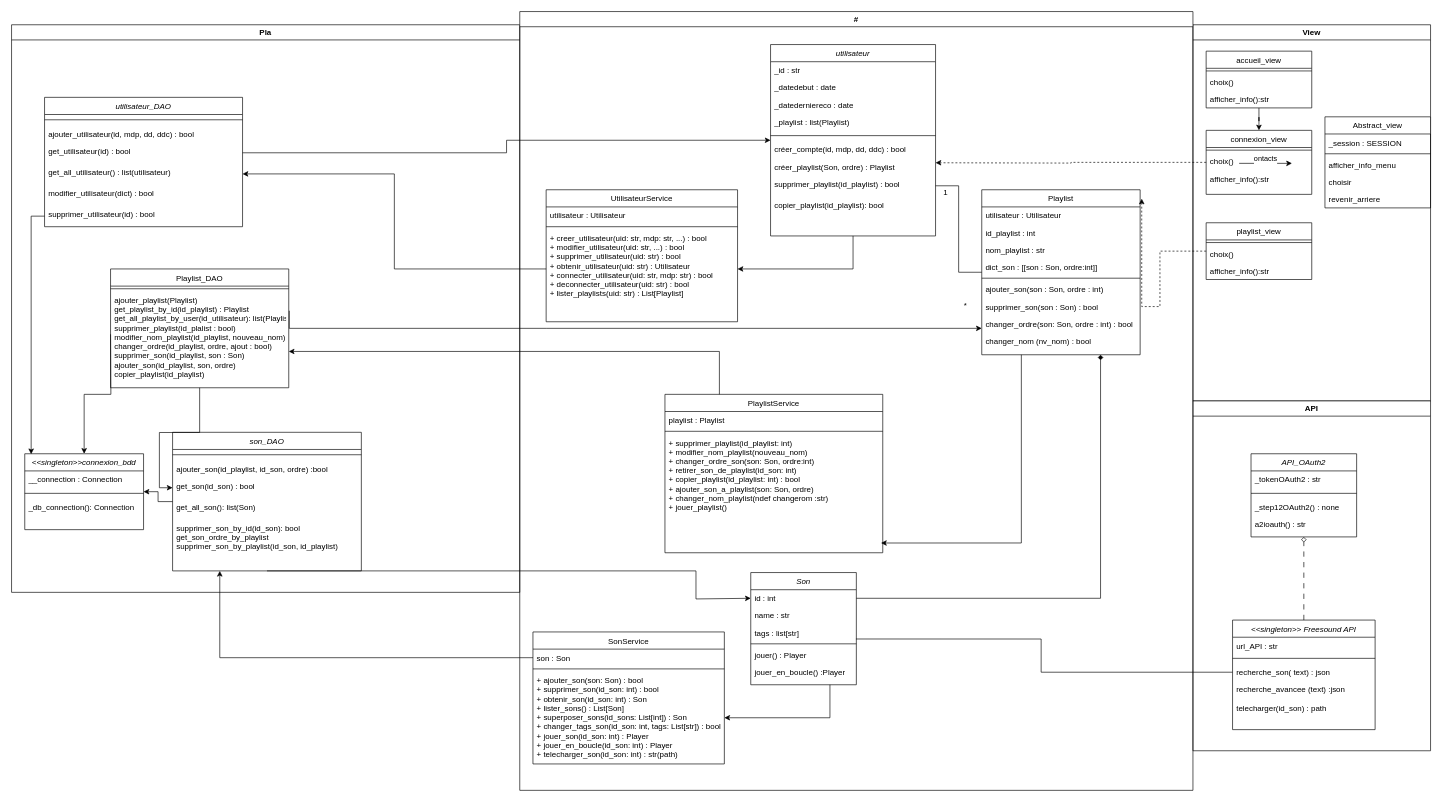
PepitoTSO/Projet-INFO-ENSAI-2A-Gr14 keeps this draw.io diagram as doc/modelisation/Le_diag_classe.drawio. Above is the earlier version. Source tidied: cells renumbered, new cells numbered last; positions are measured from the earlier drawing's top-left corner, leaving out a move shared by most shapes. Both pictures are drawn from the tidied source at 66%, with x=0, y=0 at pixel (11, 11).
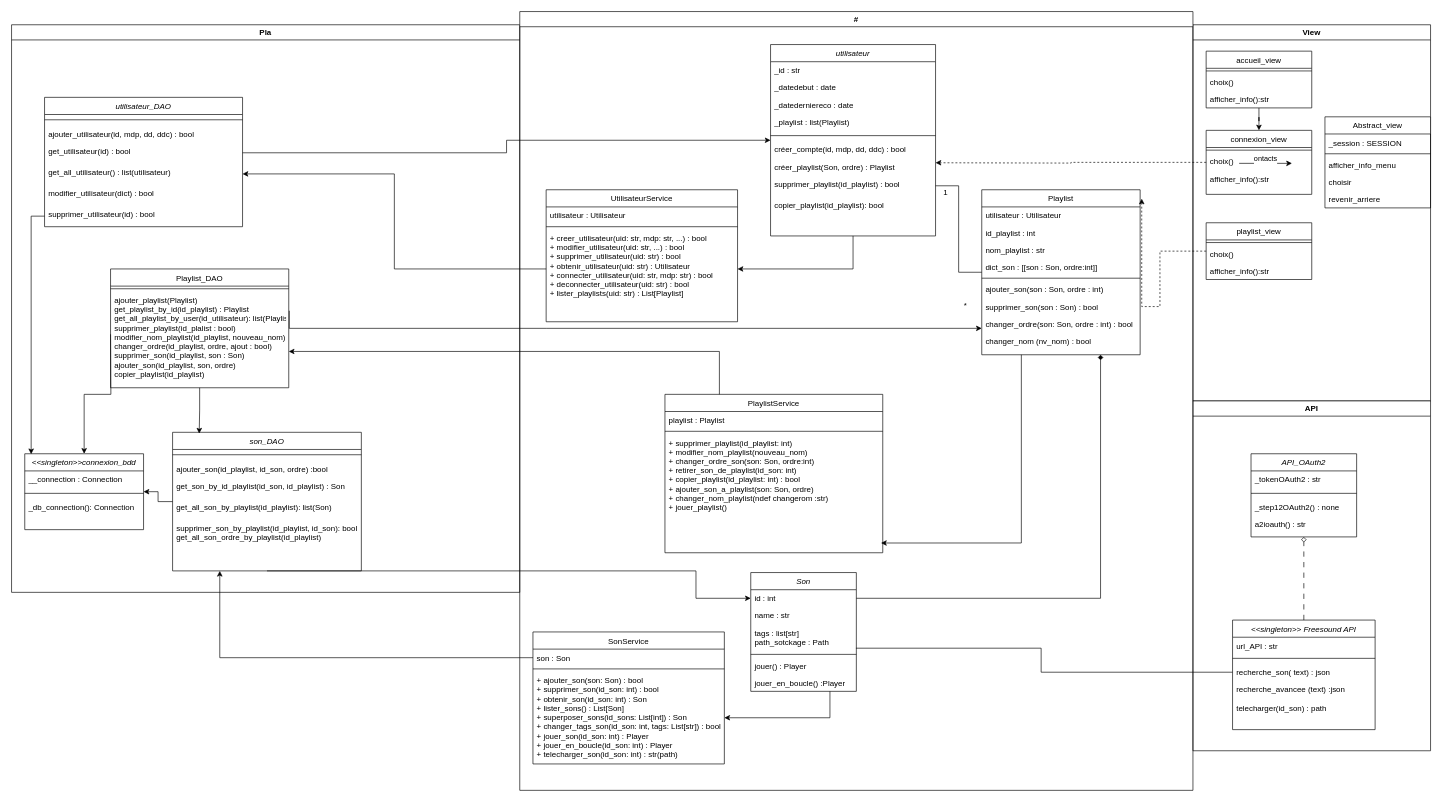
The same diagram, later.

The change refers to these unchanged cells:
```xml
<mxCell id="35" value="Pla" style="swimlane;whiteSpace=wrap;html=1;" parent="1" vertex="1">
  <mxGeometry y="20" width="770" height="860" as="geometry" />
</mxCell>
<mxCell id="48" value="son_DAO" style="swimlane;fontStyle=2;align=center;verticalAlign=top;horizontal=1;startSize=26;rounded=0;shadow=0;strokeWidth=1;" parent="35" vertex="1">
  <mxGeometry x="244" y="617.5" width="286" height="210" as="geometry" />
</mxCell>
<mxCell id="55" value="Playlist_DAO" style="swimlane;fontStyle=0;align=center;verticalAlign=top;horizontal=1;startSize=26;rounded=0;shadow=0;strokeWidth=1;" parent="35" vertex="1">
  <mxGeometry x="150" y="370" width="270" height="180" as="geometry" />
</mxCell>
<mxCell id="60" value="#" style="swimlane;whiteSpace=wrap;html=1;" parent="1" vertex="1">
  <mxGeometry x="770" width="1020" height="1180" as="geometry" />
</mxCell>
<mxCell id="62" value="id : int" style="text;align=left;verticalAlign=top;spacingLeft=4;spacingRight=4;overflow=hidden;points=[[0,0.5],[1,0.5]];portConstraint=eastwest;rounded=0;shadow=0;html=0;" parent="61" vertex="1">
  <mxGeometry y="26" width="160" height="26" as="geometry" />
</mxCell>
```

What changed in the source:
```diff
@@
-    <mxCell id="51" value="get_son(id_son) : bool" style="text;align=left;verticalAlign=top;spacingLeft=4;spacingRight=4;overflow=hidden;points=[[0,0.5],[1,0.5]];portConstraint=eastwest;" parent="48" vertex="1">
+    <mxCell id="51" value="get_son_by_id_playlist(id_son, id_playlist) : Son" style="text;align=left;verticalAlign=top;spacingLeft=4;spacingRight=4;overflow=hidden;points=[[0,0.5],[1,0.5]];portConstraint=eastwest;" parent="48" vertex="1">
       <mxGeometry y="68" width="286" height="32" as="geometry" />
     </mxCell>
-    <mxCell id="52" value="get_all_son(): list(Son)" style="text;align=left;verticalAlign=top;spacingLeft=4;spacingRight=4;overflow=hidden;" parent="48" vertex="1">
+    <mxCell id="52" value="get_all_son_by_playlist(id_playlist): list(Son)" style="text;align=left;verticalAlign=top;spacingLeft=4;spacingRight=4;overflow=hidden;" parent="48" vertex="1">
       <mxGeometry y="100" width="286" height="32" as="geometry" />
     </mxCell>
-    <mxCell id="53" value="supprimer_son_by_id(id_son): bool&#10;get_son_ordre_by_playlist&#10;supprimer_son_by_playlist(id_son, id_playlist)" style="text;align=left;verticalAlign=top;spacingLeft=4;spacingRight=4;overflow=hidden;" parent="48" vertex="1">
+    <mxCell id="53" value="supprimer_son_by_playlist(id_playlist, id_son): bool&#10;get_all_son_ordre_by_playlist(id_playlist)" style="text;align=left;verticalAlign=top;spacingLeft=4;spacingRight=4;overflow=hidden;" parent="48" vertex="1">
       <mxGeometry y="132" width="286" height="78" as="geometry" />
     </mxCell>
-    <mxCell id="54" style="edgeStyle=orthogonalEdgeStyle;rounded=0;jettySize=auto;html=1;" parent="35" edge="1" source="55" target="51">
+    <mxCell id="54" style="edgeStyle=orthogonalEdgeStyle;rounded=0;jettySize=auto;html=1;entryX=0.141;entryY=0.009;entryDx=0;entryDy=0;entryPerimeter=0;" parent="35" edge="1" source="55" target="48">
       <mxGeometry relative="1" as="geometry" />
     </mxCell>
@@
     <mxCell id="61" value="Son" style="swimlane;fontStyle=2;align=center;verticalAlign=top;horizontal=1;startSize=26;rounded=0;shadow=0;strokeWidth=1;" parent="60" vertex="1">
-      <mxGeometry x="350" y="850" width="160" height="170" as="geometry" />
+      <mxGeometry x="350" y="850" width="160" height="180" as="geometry" />
     </mxCell>
@@
-    <mxCell id="64" value="tags : list[str]" style="text;align=left;verticalAlign=top;spacingLeft=4;spacingRight=4;overflow=hidden;points=[[0,0.5],[1,0.5]];portConstraint=eastwest;rounded=0;shadow=0;html=0;" parent="61" vertex="1">
-      <mxGeometry y="78" width="160" height="26" as="geometry" />
+    <mxCell id="64" value="tags : list[str]&#10;path_sotckage : Path" style="text;align=left;verticalAlign=top;spacingLeft=4;spacingRight=4;overflow=hidden;points=[[0,0.5],[1,0.5]];portConstraint=eastwest;rounded=0;shadow=0;html=0;" parent="61" vertex="1">
+      <mxGeometry y="78" width="160" height="42" as="geometry" />
     </mxCell>
     <mxCell id="65" style="line;html=1;strokeWidth=1;align=left;verticalAlign=middle;spacingTop=-1;spacingLeft=3;spacingRight=3;labelPosition=right;" parent="61" vertex="1">
-      <mxGeometry y="104" width="160" height="8" as="geometry" />
+      <mxGeometry y="120" width="160" height="8" as="geometry" />
     </mxCell>
     <mxCell id="66" value="jouer() : Player" style="text;align=left;verticalAlign=top;spacingLeft=4;spacingRight=4;overflow=hidden;" parent="61" vertex="1">
-      <mxGeometry y="112" width="160" height="26" as="geometry" />
+      <mxGeometry y="128" width="160" height="26" as="geometry" />
     </mxCell>
     <mxCell id="67" value="jouer_en_boucle() :Player" style="text;align=left;verticalAlign=top;spacingLeft=4;spacingRight=4;overflow=hidden;" parent="61" vertex="1">
-      <mxGeometry y="138" width="160" height="26" as="geometry" />
+      <mxGeometry y="154" width="160" height="26" as="geometry" />
     </mxCell>
@@
     <mxCell id="109" style="edgeStyle=orthogonalEdgeStyle;rounded=0;jettySize=auto;html=1;exitX=0.5;exitY=1;exitDx=0;exitDy=0;entryX=0;entryY=0.5;entryDx=0;entryDy=0;" parent="1" edge="1" source="48" target="62">
       <mxGeometry relative="1" as="geometry">
         <Array as="points">
           <mxPoint x="1037" y="848" />
-          <mxPoint x="1037" y="890" />
-          <mxPoint x="1120" y="890" />
+          <mxPoint x="1037" y="889" />
         </Array>
       </mxGeometry>
     </mxCell>
```
